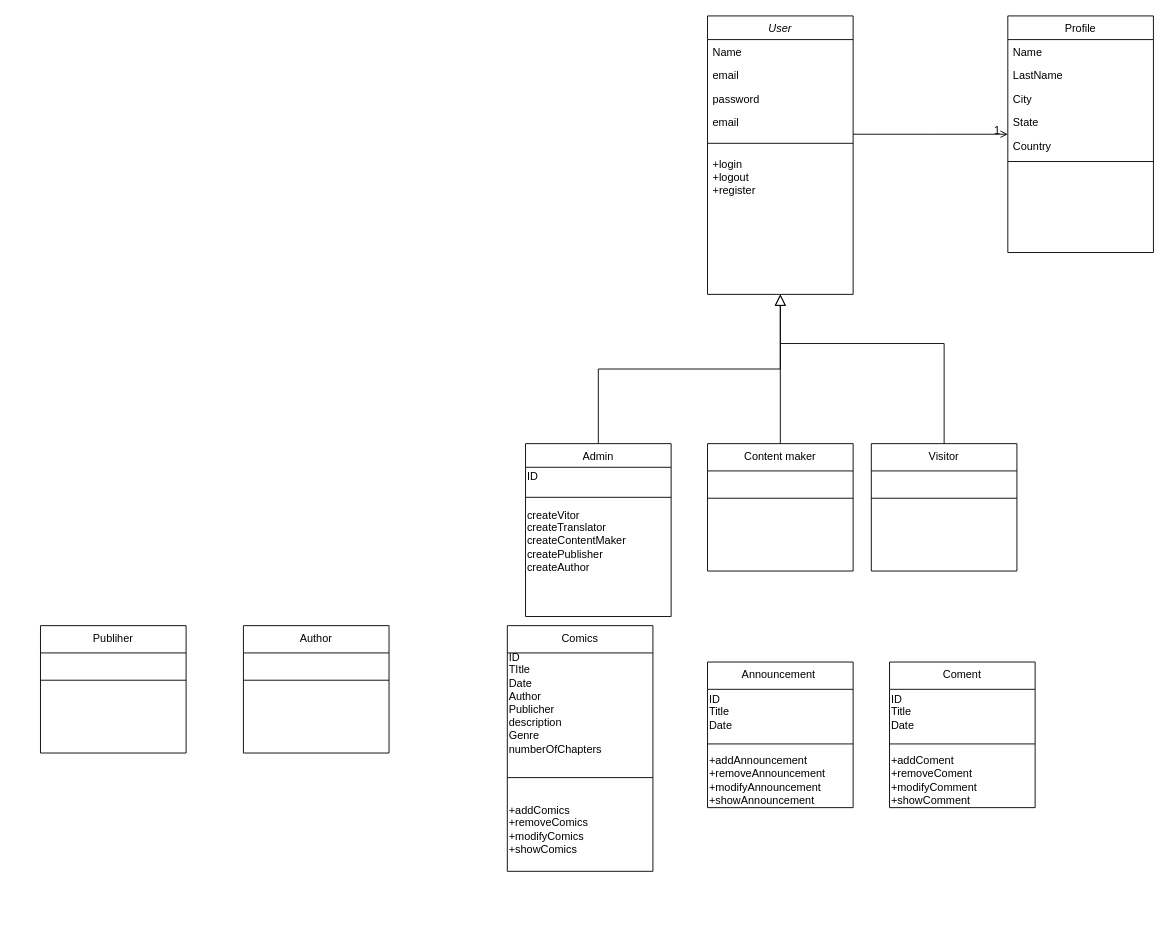
Before: Project Diagram.drawio in niayz10/Backend-Project, a draw.io diagram. Source tidied: cells renumbered, new cells numbered last; positions are measured from the earlier drawing's top-left corner, leaving out a move shared by most shapes. Both pictures are drawn from the tidied source at 91%, with x=0, y=0 at pixel (40, 15).
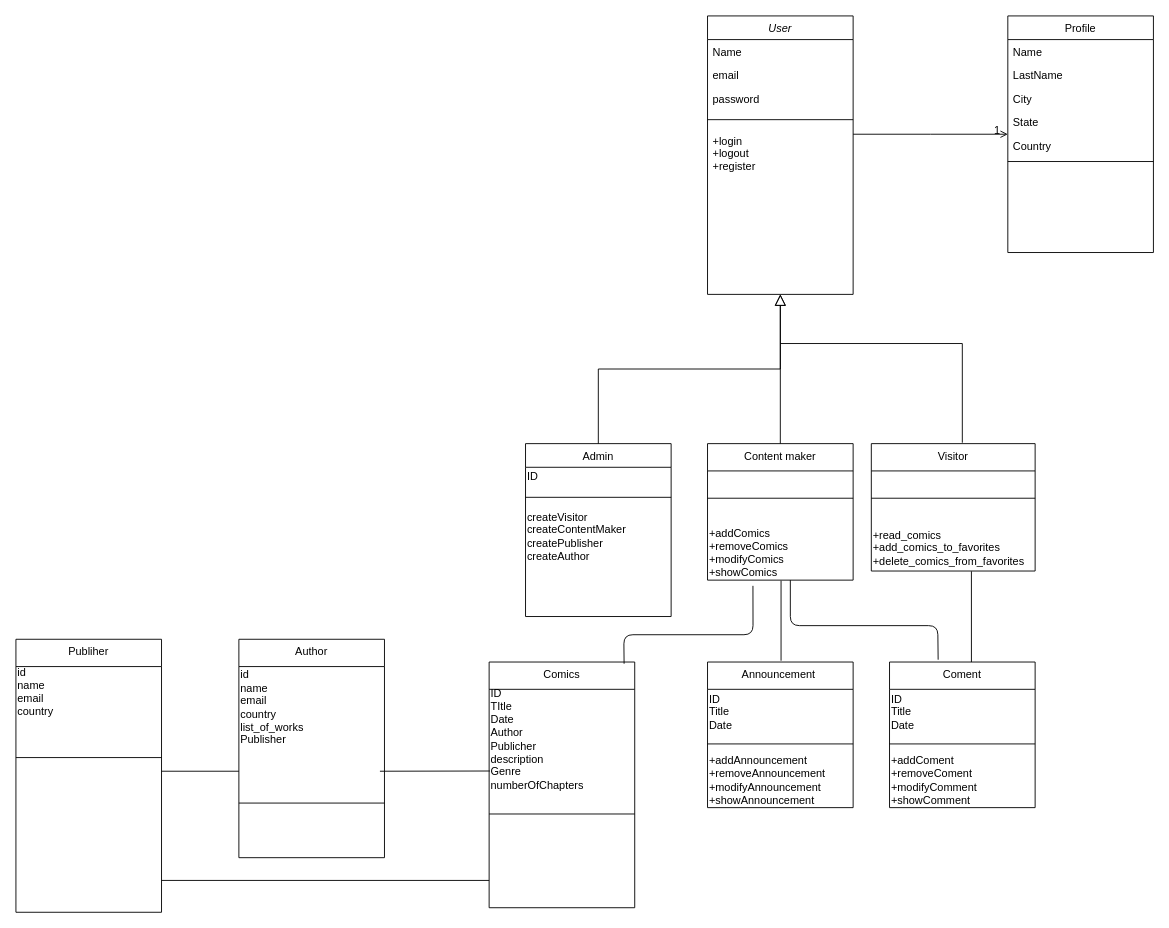
Above is the later version.

The change refers to these unchanged cells:
```xml
<mxCell id="2" value="User" style="swimlane;fontStyle=2;align=center;verticalAlign=top;horizontal=1;startSize=26;rounded=0;shadow=0;strokeWidth=1;" parent="1" vertex="1">
  <mxGeometry x="733" width="160" height="306" as="geometry" />
</mxCell>
<mxCell id="9" value="Admin" style="swimlane;fontStyle=0;align=center;verticalAlign=top;horizontal=1;startSize=26;rounded=0;shadow=0;strokeWidth=1;" parent="1" vertex="1">
  <mxGeometry x="533" y="470" width="160" height="190" as="geometry" />
</mxCell>
<mxCell id="31" value="ID&lt;br&gt;TItle&lt;br&gt;Date&lt;br&gt;Author&lt;br&gt;Publicher&lt;br&gt;description&lt;br&gt;Genre&lt;br&gt;numberOfChapters" style="text;html=1;align=left;verticalAlign=middle;points=[];strokeColor=none;rotation=0;" parent="30" vertex="1">
  <mxGeometry y="30" width="160" height="110" as="geometry" />
</mxCell>
<mxCell id="34" value="Announcement " style="swimlane;fontStyle=0;align=center;verticalAlign=top;horizontal=1;startSize=30;rounded=0;shadow=0;strokeWidth=1;" parent="1" vertex="1">
  <mxGeometry x="733" y="710" width="160" height="160" as="geometry" />
</mxCell>
<mxCell id="38" value="Coment" style="swimlane;fontStyle=0;align=center;verticalAlign=top;horizontal=1;startSize=30;rounded=0;shadow=0;strokeWidth=1;" parent="1" vertex="1">
  <mxGeometry x="933" y="710" width="160" height="160" as="geometry" />
</mxCell>
```

Diff of the diagram source:
```diff
@@
-    <mxCell id="6" value="email" style="text;align=left;verticalAlign=top;spacingLeft=4;spacingRight=4;overflow=hidden;rounded=0;shadow=0;html=0;" parent="2" vertex="1">
-      <mxGeometry y="104" width="160" height="26" as="geometry" />
-    </mxCell>
     <mxCell id="7" style="line;html=1;strokeWidth=1;align=left;verticalAlign=middle;spacingTop=-1;spacingLeft=3;spacingRight=3;labelPosition=right;" parent="2" vertex="1">
-      <mxGeometry y="130" width="160" height="20" as="geometry" />
+      <mxGeometry y="104" width="160" height="20" as="geometry" />
     </mxCell>
     <mxCell id="8" value="+login&#10;+logout&#10;+register" style="text;align=left;verticalAlign=top;spacingLeft=4;spacingRight=4;overflow=hidden;" parent="2" vertex="1">
-      <mxGeometry y="150" width="160" height="150" as="geometry" />
+      <mxGeometry y="124" width="160" height="150" as="geometry" />
     </mxCell>
@@
-    <mxCell id="12" value="createVitor&lt;br&gt;createTranslator&lt;br&gt;createContentMaker&lt;br&gt;createPublisher&lt;br&gt;createAuthor&lt;br&gt;" style="text;html=1;align=left;verticalAlign=middle;strokeColor=none;" parent="9" vertex="1">
-      <mxGeometry y="72" width="160" height="70" as="geometry" />
+    <mxCell id="12" value="createVisitor&lt;br&gt;createContentMaker&lt;br&gt;createPublisher&lt;br&gt;createAuthor" style="text;html=1;align=left;verticalAlign=middle;strokeColor=none;" parent="9" vertex="1">
+      <mxGeometry y="72" width="160" height="60" as="geometry" />
     </mxCell>
@@
     <mxCell id="14" value="Content maker" style="swimlane;fontStyle=0;align=center;verticalAlign=top;horizontal=1;startSize=30;rounded=0;shadow=0;strokeWidth=1;" parent="1" vertex="1">
-      <mxGeometry x="733" y="470" width="160" height="140" as="geometry" />
+      <mxGeometry x="733" y="470" width="160" height="150" as="geometry" />
     </mxCell>
@@
+    <mxCell id="33" value="+addComics&lt;br&gt;+removeComics&lt;br&gt;+modifyComics&lt;br&gt;+showComics" style="text;html=1;align=left;verticalAlign=middle;points=[];strokeColor=none;" parent="14" vertex="1">
+      <mxGeometry y="90" width="160" height="60" as="geometry" />
+    </mxCell>
@@
     <mxCell id="26" value="Visitor" style="swimlane;fontStyle=0;align=center;verticalAlign=top;horizontal=1;startSize=30;rounded=0;shadow=0;strokeWidth=1;" parent="1" vertex="1">
-      <mxGeometry x="913" y="470" width="160" height="140" as="geometry" />
+      <mxGeometry x="913" y="470" width="180" height="140" as="geometry" />
     </mxCell>
     <mxCell id="27" style="line;html=1;strokeWidth=1;align=left;verticalAlign=middle;spacingTop=-1;spacingLeft=3;spacingRight=3;labelPosition=right;" parent="26" vertex="1">
-      <mxGeometry y="30" width="160" height="60" as="geometry" />
+      <mxGeometry y="30" width="180" height="60" as="geometry" />
     </mxCell>
+    <mxCell id="46" value="+read_comics&lt;br&gt;+add_comics_to_favorites&lt;br&gt;+delete_comics_from_favorites" style="text;html=1;align=left;verticalAlign=middle;points=[];strokeColor=none;" parent="26" vertex="1">
+      <mxGeometry y="90" width="180" height="50" as="geometry" />
+    </mxCell>
     <mxCell id="28" style="endArrow=none;html=1;" parent="1" edge="1">
       <mxGeometry relative="1" as="geometry">
-        <mxPoint x="993" y="360" as="sourcePoint" />
+        <mxPoint x="1013" y="360" as="sourcePoint" />
         <mxPoint x="813" y="360" as="targetPoint" />
       </mxGeometry>
     </mxCell>
-    <mxCell id="29" style="endArrow=none;html=1;exitX=0.5;exitY=0;exitDx=0;exitDy=0;" parent="1" edge="1" source="26">
+    <mxCell id="29" style="endArrow=none;html=1;" parent="1" edge="1">
       <mxGeometry relative="1" as="geometry">
-        <mxPoint x="993" y="360" as="targetPoint" />
+        <mxPoint x="1013" y="469" as="sourcePoint" />
+        <mxPoint x="1013" y="360" as="targetPoint" />
       </mxGeometry>
     </mxCell>
     <mxCell id="30" value="Comics" style="swimlane;fontStyle=0;align=center;verticalAlign=top;horizontal=1;startSize=30;rounded=0;shadow=0;strokeWidth=1;" parent="1" vertex="1">
-      <mxGeometry x="513" y="670" width="160" height="270" as="geometry" />
+      <mxGeometry x="493" y="710" width="160" height="270" as="geometry" />
     </mxCell>
@@
-    <mxCell id="33" value="+addComics&lt;br&gt;+removeComics&lt;br&gt;+modifyComics&lt;br&gt;+showComics" style="text;html=1;align=left;verticalAlign=middle;points=[];strokeColor=none;" parent="30" vertex="1">
-      <mxGeometry y="194" width="160" height="60" as="geometry" />
-    </mxCell>
@@
     <mxCell id="42" value="Author" style="swimlane;fontStyle=0;align=center;verticalAlign=top;horizontal=1;startSize=30;rounded=0;shadow=0;strokeWidth=1;" parent="1" vertex="1">
-      <mxGeometry x="223" y="670" width="160" height="140" as="geometry" />
+      <mxGeometry x="218" y="685" width="160" height="240" as="geometry" />
     </mxCell>
+    <mxCell id="47" value="id&lt;br&gt;name&lt;br&gt;email&lt;br&gt;country&lt;br&gt;list_of_works&lt;br&gt;Publisher" style="text;html=1;align=left;verticalAlign=middle;strokeColor=none;" parent="42" vertex="1">
+      <mxGeometry y="30" width="160" height="90" as="geometry" />
+    </mxCell>
     <mxCell id="43" style="line;html=1;strokeWidth=1;align=left;verticalAlign=middle;spacingTop=-1;spacingLeft=3;spacingRight=3;labelPosition=right;" parent="42" vertex="1">
-      <mxGeometry y="30" width="160" height="60" as="geometry" />
+      <mxGeometry y="120" width="160" height="120" as="geometry" />
     </mxCell>
     <mxCell id="44" value="Publiher" style="swimlane;fontStyle=0;align=center;verticalAlign=top;horizontal=1;startSize=30;rounded=0;shadow=0;strokeWidth=1;" parent="1" vertex="1">
-      <mxGeometry y="670" width="160" height="140" as="geometry" />
+      <mxGeometry x="-27" y="685" width="160" height="300" as="geometry" />
     </mxCell>
+    <mxCell id="48" value="&lt;span&gt;id&lt;/span&gt;&lt;br&gt;&lt;span&gt;name&lt;/span&gt;&lt;br&gt;&lt;span&gt;email&lt;/span&gt;&lt;br&gt;&lt;span&gt;country&lt;/span&gt;&lt;br&gt;&lt;div&gt;&lt;br&gt;&lt;/div&gt;" style="text;html=1;align=left;verticalAlign=middle;strokeColor=none;" parent="44" vertex="1">
+      <mxGeometry y="30" width="160" height="70" as="geometry" />
+    </mxCell>
     <mxCell id="45" style="line;html=1;strokeWidth=1;align=left;verticalAlign=middle;spacingTop=-1;spacingLeft=3;spacingRight=3;labelPosition=right;" parent="44" vertex="1">
-      <mxGeometry y="30" width="160" height="60" as="geometry" />
+      <mxGeometry y="100" width="160" height="60" as="geometry" />
     </mxCell>
+    <mxCell id="49" style="endArrow=none;html=1;exitX=0.505;exitY=-0.009;exitDx=0;exitDy=0;exitPerimeter=0;entryX=0.505;entryY=1.01;entryDx=0;entryDy=0;entryPerimeter=0;" parent="1" edge="1" source="34" target="33">
+      <mxGeometry relative="1" as="geometry" />
+    </mxCell>
+    <mxCell id="50" style="endArrow=none;html=1;exitX=0.334;exitY=-0.016;exitDx=0;exitDy=0;exitPerimeter=0;" parent="1" edge="1" source="38">
+      <mxGeometry relative="1" as="geometry">
+        <mxPoint x="824" y="620" as="targetPoint" />
+        <Array as="points">
+          <mxPoint x="986" y="670" />
+          <mxPoint x="824" y="670" />
+        </Array>
+      </mxGeometry>
+    </mxCell>
+    <mxCell id="51" style="endArrow=none;html=1;entryX=0.611;entryY=1.006;entryDx=0;entryDy=0;entryPerimeter=0;" parent="1" edge="1" target="46">
+      <mxGeometry relative="1" as="geometry">
+        <mxPoint x="1023" y="710" as="sourcePoint" />
+      </mxGeometry>
+    </mxCell>
+    <mxCell id="52" style="endArrow=none;html=1;exitX=0.927;exitY=0.007;exitDx=0;exitDy=0;exitPerimeter=0;entryX=0.312;entryY=1.105;entryDx=0;entryDy=0;entryPerimeter=0;" parent="1" edge="1" source="30" target="33">
+      <mxGeometry relative="1" as="geometry">
+        <Array as="points">
+          <mxPoint x="641" y="680" />
+          <mxPoint x="783" y="680" />
+        </Array>
+      </mxGeometry>
+    </mxCell>
+    <mxCell id="53" style="endArrow=none;html=1;exitX=0.005;exitY=0.816;exitDx=0;exitDy=0;exitPerimeter=0;" parent="1" edge="1" source="31">
+      <mxGeometry relative="1" as="geometry">
+        <mxPoint x="373" y="830" as="targetPoint" />
+      </mxGeometry>
+    </mxCell>
+    <mxCell id="54" style="endArrow=none;html=1;exitX=0.005;exitY=0.816;exitDx=0;exitDy=0;exitPerimeter=0;" parent="1" edge="1">
+      <mxGeometry relative="1" as="geometry">
+        <mxPoint x="493" y="950" as="sourcePoint" />
+        <mxPoint x="133" y="950" as="targetPoint" />
+      </mxGeometry>
+    </mxCell>
+    <mxCell id="55" style="endArrow=none;html=1;exitX=0.005;exitY=0.816;exitDx=0;exitDy=0;exitPerimeter=0;" parent="1" edge="1">
+      <mxGeometry relative="1" as="geometry">
+        <mxPoint x="218" y="830" as="sourcePoint" />
+        <mxPoint x="133" y="830" as="targetPoint" />
+      </mxGeometry>
+    </mxCell>
```
